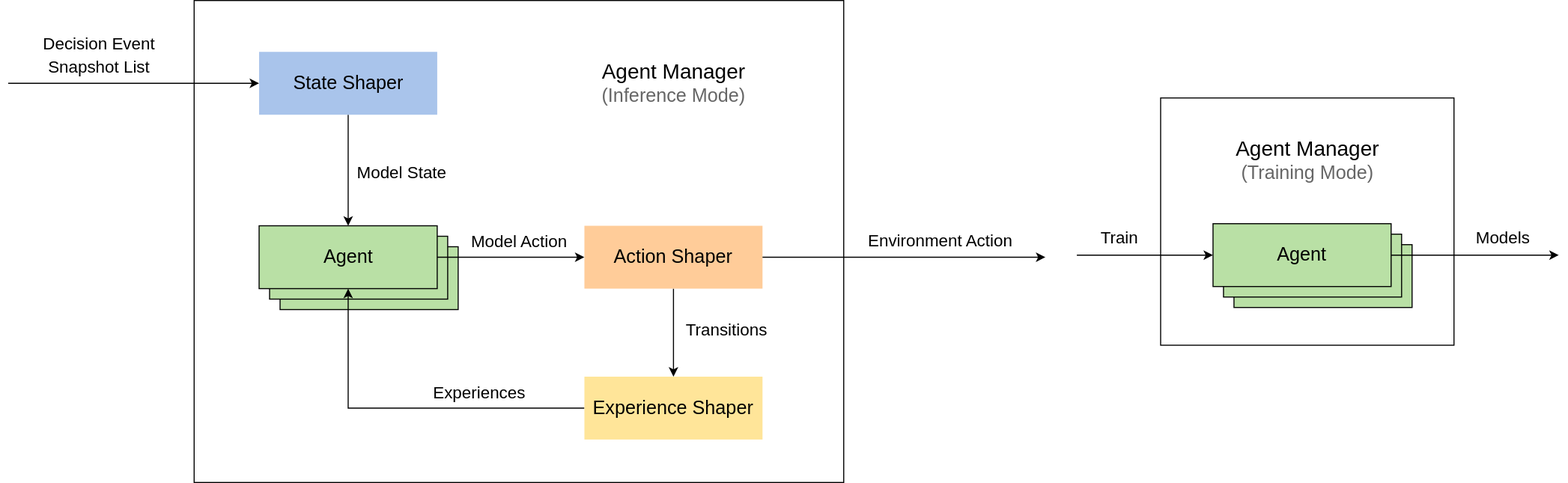
The draw.io diagram docs/source/images/rl/agent_manager.svg in microsoft/maro, before a commit. Source tidied: cells renumbered, new cells last; positions are measured from the earlier drawing's top-left corner, leaving out a move shared by most shapes.
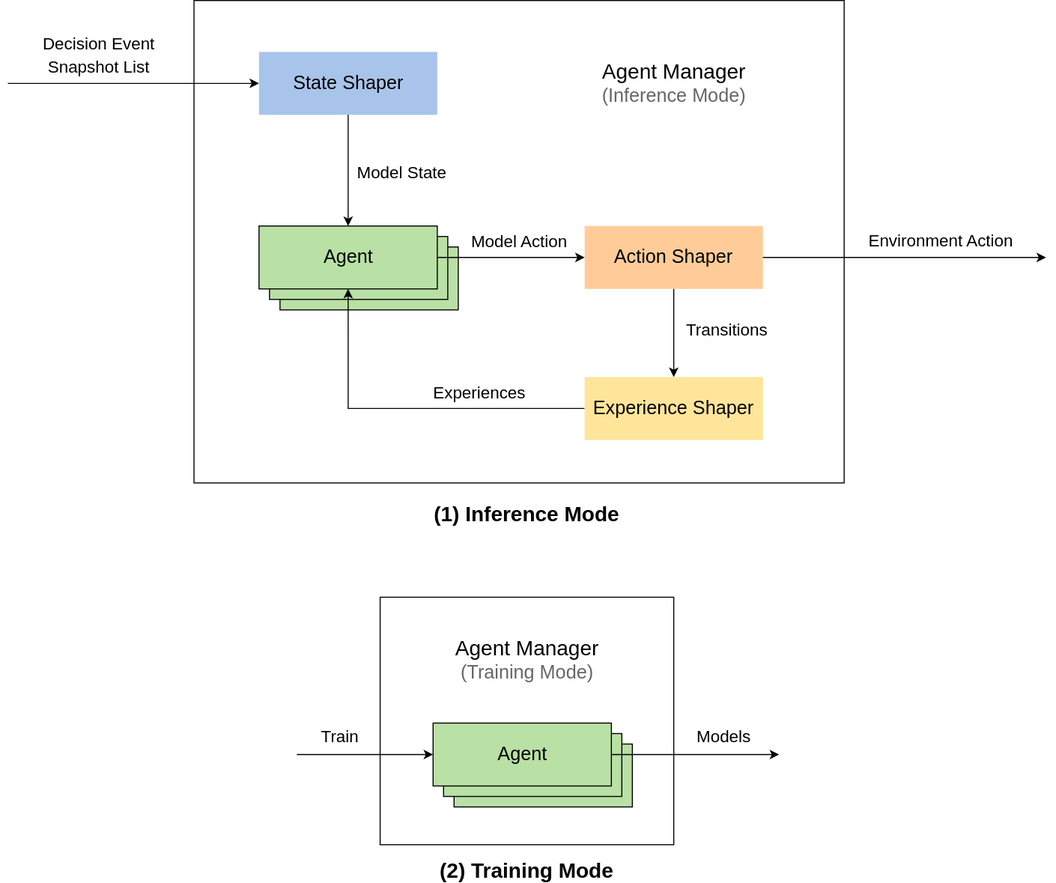
The same file after the commit.

Diff of the diagram source:
```diff
@@ -2,103 +2,115 @@
   <root>
     <mxCell id="0" />
     <mxCell id="1" parent="0" />
-    <mxCell id="2" style="rounded=0;whiteSpace=wrap;html=1;shadow=0;glass=0;sketch=0;strokeColor=#000000;strokeWidth=1;fillColor=none;gradientColor=none;fontSize=18;align=left;" parent="1" vertex="1">
-      <mxGeometry x="1100" y="93" width="280" height="236" as="geometry" />
+    <mxCell id="2" style="group;" parent="1" vertex="1">
+      <mxGeometry x="249.5" y="569" width="460" height="236" as="geometry" />
     </mxCell>
-    <mxCell id="3" style="rounded=0;whiteSpace=wrap;html=1;shadow=0;glass=0;sketch=0;strokeColor=#000000;strokeWidth=1;fillColor=none;gradientColor=none;fontSize=18;align=left;" parent="1" vertex="1">
-      <mxGeometry x="177.5" width="620" height="460" as="geometry" />
+    <mxCell id="3" style="rounded=0;whiteSpace=wrap;html=1;shadow=0;glass=0;sketch=0;strokeColor=#000000;strokeWidth=1;fillColor=none;gradientColor=none;fontSize=18;align=left;" parent="2" vertex="1">
+      <mxGeometry x="79.5" width="280" height="236" as="geometry" />
     </mxCell>
-    <mxCell id="4" value="Agent" style="rounded=0;whiteSpace=wrap;html=1;shadow=0;glass=0;sketch=0;strokeColor=#000000;strokeWidth=1;gradientColor=none;fontSize=18;align=center;fillColor=#B9E0A5;" parent="1" vertex="1">
-      <mxGeometry x="259.5" y="235" width="170" height="60" as="geometry" />
+    <mxCell id="4" value="Agent" style="rounded=0;whiteSpace=wrap;html=1;shadow=0;glass=0;sketch=0;strokeColor=#000000;strokeWidth=1;gradientColor=none;fontSize=18;align=center;fillColor=#B9E0A5;" parent="2" vertex="1">
+      <mxGeometry x="150" y="140" width="170" height="60" as="geometry" />
     </mxCell>
-    <mxCell id="5" value="Agent" style="rounded=0;whiteSpace=wrap;html=1;shadow=0;glass=0;sketch=0;strokeColor=#000000;strokeWidth=1;gradientColor=none;fontSize=18;align=center;fillColor=#B9E0A5;" parent="1" vertex="1">
-      <mxGeometry x="249.5" y="225" width="170" height="60" as="geometry" />
+    <mxCell id="5" value="Agent" style="rounded=0;whiteSpace=wrap;html=1;shadow=0;glass=0;sketch=0;strokeColor=#000000;strokeWidth=1;gradientColor=none;fontSize=18;align=center;fillColor=#B9E0A5;" parent="2" vertex="1">
+      <mxGeometry x="140" y="130" width="170" height="60" as="geometry" />
     </mxCell>
-    <mxCell id="6" value="&lt;span style=&quot;color: rgba(0 , 0 , 0 , 0) ; font-family: monospace ; font-size: 0px&quot;&gt;%3CmxGraphModel%3E%3Croot%3E%3CmxCell%20id%3D%220%22%2F%3E%3CmxCell%20id%3D%221%22%20parent%3D%220%22%2F%3E%3CmxCell%20id%3D%222%22%20value%3D%22%22%20style%3D%22curved%3D1%3BendArrow%3Dclassic%3Bhtml%3D1%3BfontSize%3D15%3B%22%20edge%3D%221%22%20parent%3D%221%22%3E%3CmxGeometry%20width%3D%2250%22%20height%3D%2250%22%20relative%3D%221%22%20as%3D%22geometry%22%3E%3CmxPoint%20x%3D%22410%22%20y%3D%22720%22%20as%3D%22sourcePoint%22%2F%3E%3CmxPoint%20x%3D%22460%22%20y%3D%22670%22%20as%3D%22targetPoint%22%2F%3E%3CArray%20as%3D%22points%22%3E%3CmxPoint%20x%3D%22460%22%20y%3D%22720%22%2F%3E%3CmxPoint%20x%3D%22410%22%20y%3D%22670%22%2F%3E%3C%2FArray%3E%3C%2FmxGeometry%3E%3C%2FmxCell%3E%3C%2Froot%3E%3C%2FmxGraphModel%3E&lt;/span&gt;" style="text;html=1;align=center;verticalAlign=middle;points=[];fontSize=15;" parent="1" vertex="1">
-      <mxGeometry x="537.5" y="230" width="20" height="30" as="geometry" />
+    <mxCell id="6" value="Agent" style="rounded=0;whiteSpace=wrap;html=1;shadow=0;glass=0;sketch=0;strokeWidth=1;gradientColor=none;fontSize=18;align=center;fillColor=#B9E0A5;" parent="2" vertex="1">
+      <mxGeometry x="130" y="120" width="170" height="60" as="geometry" />
     </mxCell>
-    <mxCell id="7" style="edgeStyle=orthogonalEdgeStyle;rounded=0;jettySize=auto;html=1;exitX=0.5;exitY=1;exitDx=0;exitDy=0;entryX=0.5;entryY=0;entryDx=0;entryDy=0;strokeWidth=1;fontSize=18;" parent="1" edge="1" source="8" target="10">
-      <mxGeometry relative="1" as="geometry" />
+    <mxCell id="7" value="&lt;font style=&quot;font-size: 16px&quot;&gt;Train&lt;/font&gt;" style="text;html=1;strokeColor=none;fillColor=none;align=center;verticalAlign=middle;whiteSpace=wrap;rounded=0;shadow=0;glass=0;sketch=0;fontSize=18;" parent="2" vertex="1">
+      <mxGeometry x="19" y="120" width="44" height="26" as="geometry" />
     </mxCell>
-    <mxCell id="8" value="State Shaper" style="rounded=0;whiteSpace=wrap;html=1;shadow=0;glass=0;sketch=0;strokeWidth=1;gradientColor=none;fontSize=18;align=center;strokeColor=none;fillColor=#A9C4EB;" parent="1" vertex="1">
-      <mxGeometry x="239.5" y="49" width="170" height="60" as="geometry" />
+    <mxCell id="8" value="&lt;font&gt;&lt;span style=&quot;font-size: 20px&quot;&gt;Agent Manager&lt;/span&gt;&lt;br&gt;&lt;font style=&quot;font-size: 18px&quot; color=&quot;#666666&quot;&gt;(Training Mode)&lt;/font&gt;&lt;br&gt;&lt;/font&gt;" style="text;html=1;strokeColor=none;fillColor=none;align=center;verticalAlign=middle;whiteSpace=wrap;rounded=0;shadow=0;glass=0;sketch=0;fontSize=18;" parent="2" vertex="1">
+      <mxGeometry x="122.5" y="40" width="195" height="40" as="geometry" />
     </mxCell>
-    <mxCell id="9" style="edgeStyle=orthogonalEdgeStyle;rounded=0;jettySize=auto;html=1;exitX=1;exitY=0.5;exitDx=0;exitDy=0;strokeWidth=1;fontSize=18;" parent="1" edge="1" source="10" target="12">
-      <mxGeometry relative="1" as="geometry" />
+    <mxCell id="9" style="endArrow=classic;html=1;strokeWidth=1;fontSize=18;" parent="2" edge="1" target="6">
+      <mxGeometry relative="1" as="geometry">
+        <mxPoint y="150" as="sourcePoint" />
+      </mxGeometry>
     </mxCell>
-    <mxCell id="10" value="Agent" style="rounded=0;whiteSpace=wrap;html=1;shadow=0;glass=0;sketch=0;strokeWidth=1;gradientColor=none;fontSize=18;align=center;fillColor=#B9E0A5;" parent="1" vertex="1">
-      <mxGeometry x="239.5" y="215" width="170" height="60" as="geometry" />
+    <mxCell id="10" style="endArrow=classic;html=1;strokeWidth=1;fontSize=18;exitX=1;exitY=0.5;exitDx=0;exitDy=0;" parent="2" edge="1" source="6">
+      <mxGeometry relative="1" as="geometry">
+        <mxPoint x="460" y="150" as="targetPoint" />
+      </mxGeometry>
     </mxCell>
-    <mxCell id="11" style="edgeStyle=orthogonalEdgeStyle;rounded=0;jettySize=auto;html=1;entryX=0.5;entryY=0;entryDx=0;entryDy=0;strokeWidth=1;fontSize=18;" parent="1" edge="1" source="12" target="14">
-      <mxGeometry relative="1" as="geometry" />
+    <mxCell id="11" value="&lt;font style=&quot;font-size: 16px&quot;&gt;Models&lt;/font&gt;" style="text;html=1;strokeColor=none;fillColor=none;align=center;verticalAlign=middle;whiteSpace=wrap;rounded=0;shadow=0;glass=0;sketch=0;fontSize=18;" parent="2" vertex="1">
+      <mxGeometry x="385" y="120" width="44" height="26" as="geometry" />
     </mxCell>
-    <mxCell id="12" value="Action Shaper" style="rounded=0;whiteSpace=wrap;html=1;shadow=0;glass=0;sketch=0;strokeWidth=1;gradientColor=none;fontSize=18;align=center;strokeColor=none;fillColor=#FFCC99;" parent="1" vertex="1">
-      <mxGeometry x="550" y="215" width="170" height="60" as="geometry" />
+    <mxCell id="12" style="group;" parent="1" vertex="1">
+      <mxGeometry x="-26" width="990" height="460" as="geometry" />
     </mxCell>
-    <mxCell id="13" style="edgeStyle=orthogonalEdgeStyle;rounded=0;jettySize=auto;html=1;exitX=0;exitY=0.5;exitDx=0;exitDy=0;entryX=0.5;entryY=1;entryDx=0;entryDy=0;strokeWidth=1;fontSize=18;" parent="1" edge="1" source="14" target="10">
-      <mxGeometry relative="1" as="geometry" />
+    <mxCell id="13" style="rounded=0;whiteSpace=wrap;html=1;shadow=0;glass=0;sketch=0;strokeColor=#000000;strokeWidth=1;fillColor=none;gradientColor=none;fontSize=18;align=left;" parent="12" vertex="1">
+      <mxGeometry x="177.5" width="620" height="460" as="geometry" />
     </mxCell>
-    <mxCell id="14" value="&lt;font style=&quot;font-size: 18px&quot;&gt;Experience Shaper&lt;/font&gt;" style="rounded=0;whiteSpace=wrap;html=1;shadow=0;glass=0;sketch=0;strokeWidth=1;gradientColor=none;fontSize=18;align=center;fillColor=#FFE599;strokeColor=none;" parent="1" vertex="1">
-      <mxGeometry x="550" y="359" width="170" height="60" as="geometry" />
+    <mxCell id="14" value="Agent" style="rounded=0;whiteSpace=wrap;html=1;shadow=0;glass=0;sketch=0;strokeColor=#000000;strokeWidth=1;gradientColor=none;fontSize=18;align=center;fillColor=#B9E0A5;" parent="12" vertex="1">
+      <mxGeometry x="259.5" y="235" width="170" height="60" as="geometry" />
     </mxCell>
-    <mxCell id="15" value="&lt;font style=&quot;font-size: 16px&quot;&gt;Model State&lt;/font&gt;" style="text;html=1;strokeColor=none;fillColor=none;align=center;verticalAlign=middle;whiteSpace=wrap;rounded=0;shadow=0;glass=0;sketch=0;fontSize=18;" parent="1" vertex="1">
-      <mxGeometry x="325.5" y="149" width="100" height="30" as="geometry" />
+    <mxCell id="15" value="Agent" style="rounded=0;whiteSpace=wrap;html=1;shadow=0;glass=0;sketch=0;strokeColor=#000000;strokeWidth=1;gradientColor=none;fontSize=18;align=center;fillColor=#B9E0A5;" parent="12" vertex="1">
+      <mxGeometry x="249.5" y="225" width="170" height="60" as="geometry" />
     </mxCell>
-    <mxCell id="16" value="&lt;font style=&quot;font-size: 16px&quot;&gt;Experiences&lt;/font&gt;" style="text;html=1;strokeColor=none;fillColor=none;align=center;verticalAlign=middle;whiteSpace=wrap;rounded=0;shadow=0;glass=0;sketch=0;fontSize=18;" parent="1" vertex="1">
-      <mxGeometry x="400" y="359" width="100" height="30" as="geometry" />
+    <mxCell id="16" value="&lt;span style=&quot;color: rgba(0 , 0 , 0 , 0) ; font-family: monospace ; font-size: 0px&quot;&gt;%3CmxGraphModel%3E%3Croot%3E%3CmxCell%20id%3D%220%22%2F%3E%3CmxCell%20id%3D%221%22%20parent%3D%220%22%2F%3E%3CmxCell%20id%3D%222%22%20value%3D%22%22%20style%3D%22curved%3D1%3BendArrow%3Dclassic%3Bhtml%3D1%3BfontSize%3D15%3B%22%20edge%3D%221%22%20parent%3D%221%22%3E%3CmxGeometry%20width%3D%2250%22%20height%3D%2250%22%20relative%3D%221%22%20as%3D%22geometry%22%3E%3CmxPoint%20x%3D%22410%22%20y%3D%22720%22%20as%3D%22sourcePoint%22%2F%3E%3CmxPoint%20x%3D%22460%22%20y%3D%22670%22%20as%3D%22targetPoint%22%2F%3E%3CArray%20as%3D%22points%22%3E%3CmxPoint%20x%3D%22460%22%20y%3D%22720%22%2F%3E%3CmxPoint%20x%3D%22410%22%20y%3D%22670%22%2F%3E%3C%2FArray%3E%3C%2FmxGeometry%3E%3C%2FmxCell%3E%3C%2Froot%3E%3C%2FmxGraphModel%3E&lt;/span&gt;" style="text;html=1;align=center;verticalAlign=middle;fontSize=15;" parent="12" vertex="1">
+      <mxGeometry x="537.5" y="230" width="20" height="30" as="geometry" />
     </mxCell>
-    <mxCell id="17" value="&lt;font style=&quot;font-size: 16px&quot;&gt;Transitions&lt;/font&gt;" style="text;html=1;strokeColor=none;fillColor=none;align=center;verticalAlign=middle;whiteSpace=wrap;rounded=0;shadow=0;glass=0;sketch=0;fontSize=18;" parent="1" vertex="1">
-      <mxGeometry x="636" y="299" width="100" height="30" as="geometry" />
+    <mxCell id="17" value="State Shaper" style="rounded=0;whiteSpace=wrap;html=1;shadow=0;glass=0;sketch=0;strokeWidth=1;gradientColor=none;fontSize=18;align=center;strokeColor=none;fillColor=#A9C4EB;" parent="12" vertex="1">
+      <mxGeometry x="239.5" y="49" width="170" height="60" as="geometry" />
     </mxCell>
-    <mxCell id="18" value="&lt;font style=&quot;font-size: 16px&quot;&gt;Model Action&lt;/font&gt;" style="text;html=1;strokeColor=none;fillColor=none;align=center;verticalAlign=middle;whiteSpace=wrap;rounded=0;shadow=0;glass=0;sketch=0;fontSize=18;" parent="1" vertex="1">
-      <mxGeometry x="437.5" y="215" width="100" height="30" as="geometry" />
+    <mxCell id="18" value="Agent" style="rounded=0;whiteSpace=wrap;html=1;shadow=0;glass=0;sketch=0;strokeWidth=1;gradientColor=none;fontSize=18;align=center;fillColor=#B9E0A5;" parent="12" vertex="1">
+      <mxGeometry x="239.5" y="215" width="170" height="60" as="geometry" />
     </mxCell>
-    <mxCell id="19" value="&lt;font&gt;&lt;span style=&quot;font-size: 20px&quot;&gt;Agent Manager&lt;/span&gt;&lt;br&gt;&lt;font style=&quot;font-size: 18px&quot; color=&quot;#666666&quot;&gt;(Inference Mode)&lt;/font&gt;&lt;br&gt;&lt;/font&gt;" style="text;html=1;strokeColor=none;fillColor=none;align=center;verticalAlign=middle;whiteSpace=wrap;rounded=0;shadow=0;glass=0;sketch=0;fontSize=18;" parent="1" vertex="1">
-      <mxGeometry x="537.5" y="59" width="195" height="40" as="geometry" />
+    <mxCell id="19" style="edgeStyle=orthogonalEdgeStyle;rounded=0;jettySize=auto;html=1;exitX=0.5;exitY=1;exitDx=0;exitDy=0;entryX=0.5;entryY=0;entryDx=0;entryDy=0;strokeWidth=1;fontSize=18;" parent="12" edge="1" source="17" target="18">
+      <mxGeometry relative="1" as="geometry" />
     </mxCell>
-    <mxCell id="20" style="endArrow=classic;html=1;strokeWidth=1;fontSize=18;entryX=0;entryY=0.5;entryDx=0;entryDy=0;" parent="1" edge="1" target="8">
-      <mxGeometry relative="1" as="geometry">
-        <mxPoint y="79" as="sourcePoint" />
-      </mxGeometry>
+    <mxCell id="20" value="Action Shaper" style="rounded=0;whiteSpace=wrap;html=1;shadow=0;glass=0;sketch=0;strokeWidth=1;gradientColor=none;fontSize=18;align=center;strokeColor=none;fillColor=#FFCC99;" parent="12" vertex="1">
+      <mxGeometry x="550" y="215" width="170" height="60" as="geometry" />
     </mxCell>
-    <mxCell id="21" style="endArrow=classic;html=1;strokeWidth=1;fontSize=18;exitX=1;exitY=0.5;exitDx=0;exitDy=0;" parent="1" edge="1" source="12">
-      <mxGeometry relative="1" as="geometry">
-        <mxPoint x="990" y="245" as="targetPoint" />
-      </mxGeometry>
+    <mxCell id="21" style="edgeStyle=orthogonalEdgeStyle;rounded=0;jettySize=auto;html=1;exitX=1;exitY=0.5;exitDx=0;exitDy=0;strokeWidth=1;fontSize=18;" parent="12" edge="1" source="18" target="20">
+      <mxGeometry relative="1" as="geometry" />
     </mxCell>
-    <mxCell id="22" value="&lt;font style=&quot;font-size: 16px&quot;&gt;Decision Event&lt;br&gt;Snapshot List&lt;br&gt;&lt;/font&gt;" style="text;html=1;strokeColor=none;fillColor=none;align=center;verticalAlign=middle;whiteSpace=wrap;rounded=0;shadow=0;glass=0;sketch=0;fontSize=18;" parent="1" vertex="1">
-      <mxGeometry x="7" y="27" width="160" height="50" as="geometry" />
+    <mxCell id="22" style="edgeStyle=orthogonalEdgeStyle;rounded=0;jettySize=auto;html=1;exitX=0;exitY=0.5;exitDx=0;exitDy=0;entryX=0.5;entryY=1;entryDx=0;entryDy=0;strokeWidth=1;fontSize=18;" parent="12" edge="1" source="23" target="18">
+      <mxGeometry relative="1" as="geometry" />
     </mxCell>
-    <mxCell id="23" value="&lt;font style=&quot;font-size: 16px&quot;&gt;Environment Action&lt;br&gt;&lt;/font&gt;" style="text;html=1;strokeColor=none;fillColor=none;align=center;verticalAlign=middle;whiteSpace=wrap;rounded=0;shadow=0;glass=0;sketch=0;fontSize=18;" parent="1" vertex="1">
-      <mxGeometry x="810" y="214" width="160" height="30" as="geometry" />
+    <mxCell id="23" value="&lt;font style=&quot;font-size: 18px&quot;&gt;Experience Shaper&lt;/font&gt;" style="rounded=0;whiteSpace=wrap;html=1;shadow=0;glass=0;sketch=0;strokeWidth=1;gradientColor=none;fontSize=18;align=center;fillColor=#FFE599;strokeColor=none;" parent="12" vertex="1">
+      <mxGeometry x="550" y="359" width="170" height="60" as="geometry" />
     </mxCell>
-    <mxCell id="24" value="Agent" style="rounded=0;whiteSpace=wrap;html=1;shadow=0;glass=0;sketch=0;strokeColor=#000000;strokeWidth=1;gradientColor=none;fontSize=18;align=center;fillColor=#B9E0A5;" parent="1" vertex="1">
-      <mxGeometry x="1170" y="233" width="170" height="60" as="geometry" />
+    <mxCell id="24" style="edgeStyle=orthogonalEdgeStyle;rounded=0;jettySize=auto;html=1;entryX=0.5;entryY=0;entryDx=0;entryDy=0;strokeWidth=1;fontSize=18;" parent="12" edge="1" source="20" target="23">
+      <mxGeometry relative="1" as="geometry" />
     </mxCell>
-    <mxCell id="25" value="Agent" style="rounded=0;whiteSpace=wrap;html=1;shadow=0;glass=0;sketch=0;strokeColor=#000000;strokeWidth=1;gradientColor=none;fontSize=18;align=center;fillColor=#B9E0A5;" parent="1" vertex="1">
-      <mxGeometry x="1160" y="223" width="170" height="60" as="geometry" />
+    <mxCell id="25" value="&lt;font style=&quot;font-size: 16px&quot;&gt;Model State&lt;/font&gt;" style="text;html=1;strokeColor=none;fillColor=none;align=center;verticalAlign=middle;whiteSpace=wrap;rounded=0;shadow=0;glass=0;sketch=0;fontSize=18;" parent="12" vertex="1">
+      <mxGeometry x="325.5" y="149" width="100" height="30" as="geometry" />
     </mxCell>
-    <mxCell id="26" value="Agent" style="rounded=0;whiteSpace=wrap;html=1;shadow=0;glass=0;sketch=0;strokeWidth=1;gradientColor=none;fontSize=18;align=center;fillColor=#B9E0A5;" parent="1" vertex="1">
-      <mxGeometry x="1150" y="213" width="170" height="60" as="geometry" />
+    <mxCell id="26" value="&lt;font style=&quot;font-size: 16px&quot;&gt;Experiences&lt;/font&gt;" style="text;html=1;strokeColor=none;fillColor=none;align=center;verticalAlign=middle;whiteSpace=wrap;rounded=0;shadow=0;glass=0;sketch=0;fontSize=18;" parent="12" vertex="1">
+      <mxGeometry x="400" y="359" width="100" height="30" as="geometry" />
     </mxCell>
-    <mxCell id="27" value="&lt;font style=&quot;font-size: 16px&quot;&gt;Train&lt;/font&gt;" style="text;html=1;strokeColor=none;fillColor=none;align=center;verticalAlign=middle;whiteSpace=wrap;rounded=0;shadow=0;glass=0;sketch=0;fontSize=18;" parent="1" vertex="1">
-      <mxGeometry x="1039" y="213" width="44" height="26" as="geometry" />
+    <mxCell id="27" value="&lt;font style=&quot;font-size: 16px&quot;&gt;Transitions&lt;/font&gt;" style="text;html=1;strokeColor=none;fillColor=none;align=center;verticalAlign=middle;whiteSpace=wrap;rounded=0;shadow=0;glass=0;sketch=0;fontSize=18;" parent="12" vertex="1">
+      <mxGeometry x="636" y="299" width="100" height="30" as="geometry" />
     </mxCell>
-    <mxCell id="28" value="&lt;font&gt;&lt;span style=&quot;font-size: 20px&quot;&gt;Agent Manager&lt;/span&gt;&lt;br&gt;&lt;font style=&quot;font-size: 18px&quot; color=&quot;#666666&quot;&gt;(Training Mode)&lt;/font&gt;&lt;br&gt;&lt;/font&gt;" style="text;html=1;strokeColor=none;fillColor=none;align=center;verticalAlign=middle;whiteSpace=wrap;rounded=0;shadow=0;glass=0;sketch=0;fontSize=18;" parent="1" vertex="1">
-      <mxGeometry x="1142.5" y="133" width="195" height="40" as="geometry" />
+    <mxCell id="28" value="&lt;font style=&quot;font-size: 16px&quot;&gt;Model Action&lt;/font&gt;" style="text;html=1;strokeColor=none;fillColor=none;align=center;verticalAlign=middle;whiteSpace=wrap;rounded=0;shadow=0;glass=0;sketch=0;fontSize=18;" parent="12" vertex="1">
+      <mxGeometry x="437.5" y="215" width="100" height="30" as="geometry" />
     </mxCell>
-    <mxCell id="29" style="endArrow=classic;html=1;strokeWidth=1;fontSize=18;" parent="1" edge="1" target="26">
-      <mxGeometry relative="1" as="geometry">
-        <mxPoint x="1020" y="243" as="sourcePoint" />
-      </mxGeometry>
+    <mxCell id="29" value="&lt;font&gt;&lt;span style=&quot;font-size: 20px&quot;&gt;Agent Manager&lt;/span&gt;&lt;br&gt;&lt;font style=&quot;font-size: 18px&quot; color=&quot;#666666&quot;&gt;(Inference Mode)&lt;/font&gt;&lt;br&gt;&lt;/font&gt;" style="text;html=1;strokeColor=none;fillColor=none;align=center;verticalAlign=middle;whiteSpace=wrap;rounded=0;shadow=0;glass=0;sketch=0;fontSize=18;" parent="12" vertex="1">
+      <mxGeometry x="537.5" y="59" width="195" height="40" as="geometry" />
     </mxCell>
-    <mxCell id="30" style="endArrow=classic;html=1;strokeWidth=1;fontSize=18;exitX=1;exitY=0.5;exitDx=0;exitDy=0;" parent="1" edge="1" source="26">
+    <mxCell id="30" style="endArrow=classic;html=1;strokeWidth=1;fontSize=18;entryX=0;entryY=0.5;entryDx=0;entryDy=0;" parent="12" edge="1" target="17">
       <mxGeometry relative="1" as="geometry">
-        <mxPoint x="1480" y="243" as="targetPoint" />
+        <mxPoint y="79" as="sourcePoint" />
       </mxGeometry>
     </mxCell>
-    <mxCell id="31" value="&lt;font style=&quot;font-size: 16px&quot;&gt;Models&lt;/font&gt;" style="text;html=1;strokeColor=none;fillColor=none;align=center;verticalAlign=middle;whiteSpace=wrap;rounded=0;shadow=0;glass=0;sketch=0;fontSize=18;" parent="1" vertex="1">
-      <mxGeometry x="1405" y="213" width="44" height="26" as="geometry" />
+    <mxCell id="31" style="endArrow=classic;html=1;strokeWidth=1;fontSize=18;exitX=1;exitY=0.5;exitDx=0;exitDy=0;" parent="12" edge="1" source="20">
+      <mxGeometry relative="1" as="geometry">
+        <mxPoint x="990" y="245" as="targetPoint" />
+      </mxGeometry>
     </mxCell>
+    <mxCell id="32" value="&lt;font style=&quot;font-size: 16px&quot;&gt;Decision Event&lt;br&gt;Snapshot List&lt;br&gt;&lt;/font&gt;" style="text;html=1;strokeColor=none;fillColor=none;align=center;verticalAlign=middle;whiteSpace=wrap;rounded=0;shadow=0;glass=0;sketch=0;fontSize=18;" parent="12" vertex="1">
+      <mxGeometry x="7" y="27" width="160" height="50" as="geometry" />
+    </mxCell>
+    <mxCell id="33" value="&lt;font style=&quot;font-size: 16px&quot;&gt;Environment Action&lt;br&gt;&lt;/font&gt;" style="text;html=1;strokeColor=none;fillColor=none;align=center;verticalAlign=middle;whiteSpace=wrap;rounded=0;shadow=0;glass=0;sketch=0;fontSize=18;" parent="12" vertex="1">
+      <mxGeometry x="810" y="214" width="160" height="30" as="geometry" />
+    </mxCell>
+    <mxCell id="34" value="(1) Inference Mode" style="text;html=1;strokeColor=none;fillColor=none;align=center;verticalAlign=middle;whiteSpace=wrap;rounded=0;fontSize=20;fontStyle=1;" parent="1" vertex="1">
+      <mxGeometry x="354" y="479" width="230" height="20" as="geometry" />
+    </mxCell>
+    <mxCell id="35" value="(2) Training Mode" style="text;html=1;strokeColor=none;fillColor=none;align=center;verticalAlign=middle;whiteSpace=wrap;rounded=0;fontSize=20;fontStyle=1;" parent="1" vertex="1">
+      <mxGeometry x="354" y="819" width="230" height="20" as="geometry" />
+    </mxCell>
   </root>
 </mxGraphModel>
```
